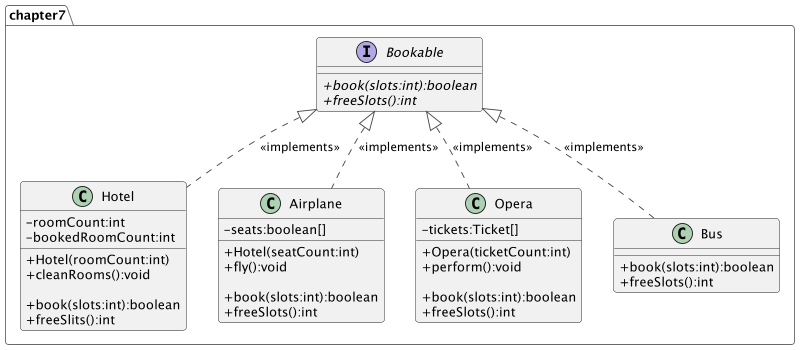
This is scripts/01_Programmieren_Vorlesung/img/07interfaces_03Bookable.png from matthiasbergneels/md-scripts, a PlantUML export, as it was before one commit.
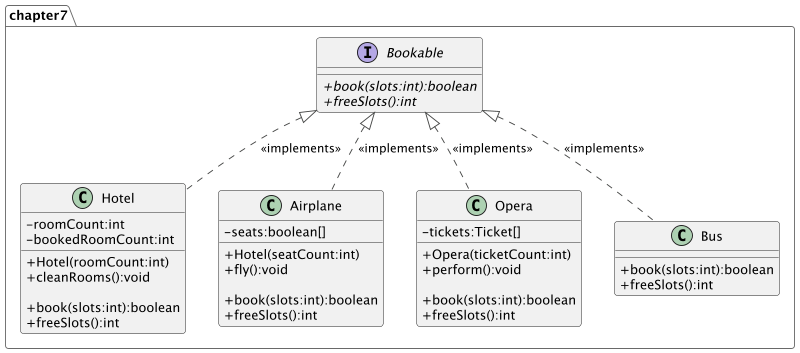
Above is the later version.

Commit message:
Chapter7 UML fixed

Change to the diagram source:
```diff
@@ -23,7 +23,7 @@
     +cleanRooms():void
 
     +book(slots:int):boolean
-    +freeSlits():int
+    +freeSlots():int
 }
 
 class Airplane {
```
